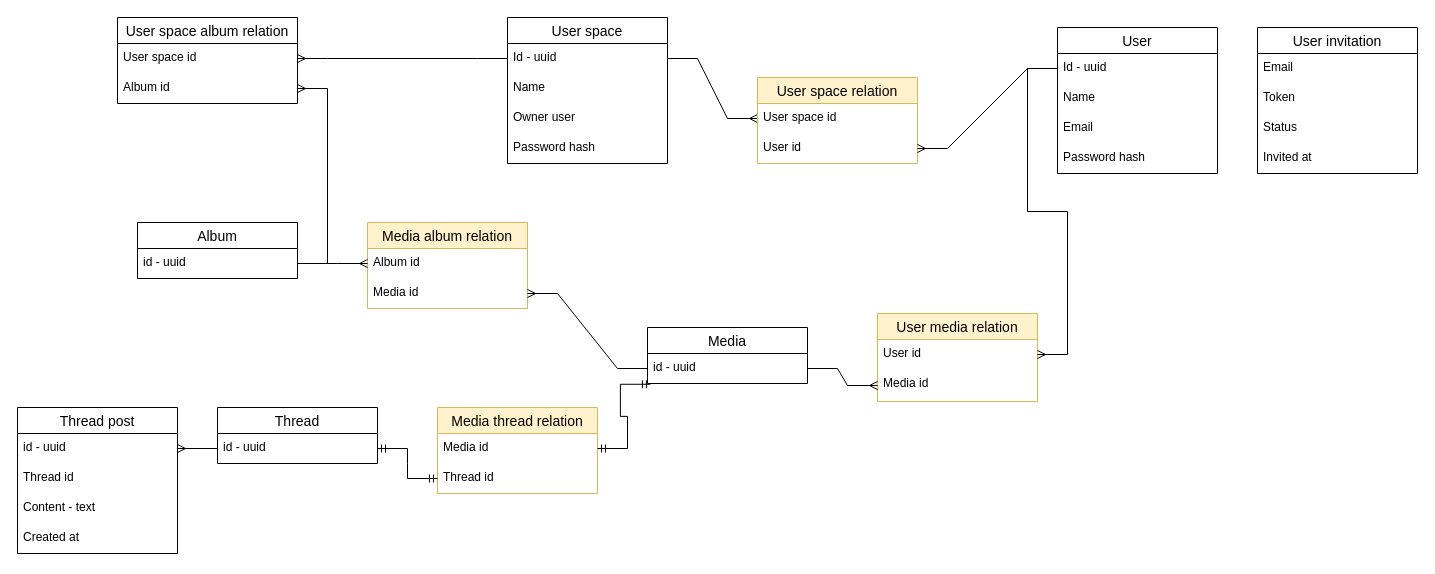
Above: page "Models" (1 of 3) of docs/memoria.drawio in eiji03aero/memoria (draw.io), before the change. Source tidied: cells renumbered, new cells numbered last; positions are measured from the earlier drawing's top-left corner, leaving out a move shared by most shapes. Both pictures are drawn from the tidied source at 100%, with x=0, y=0 at pixel (17, 17).
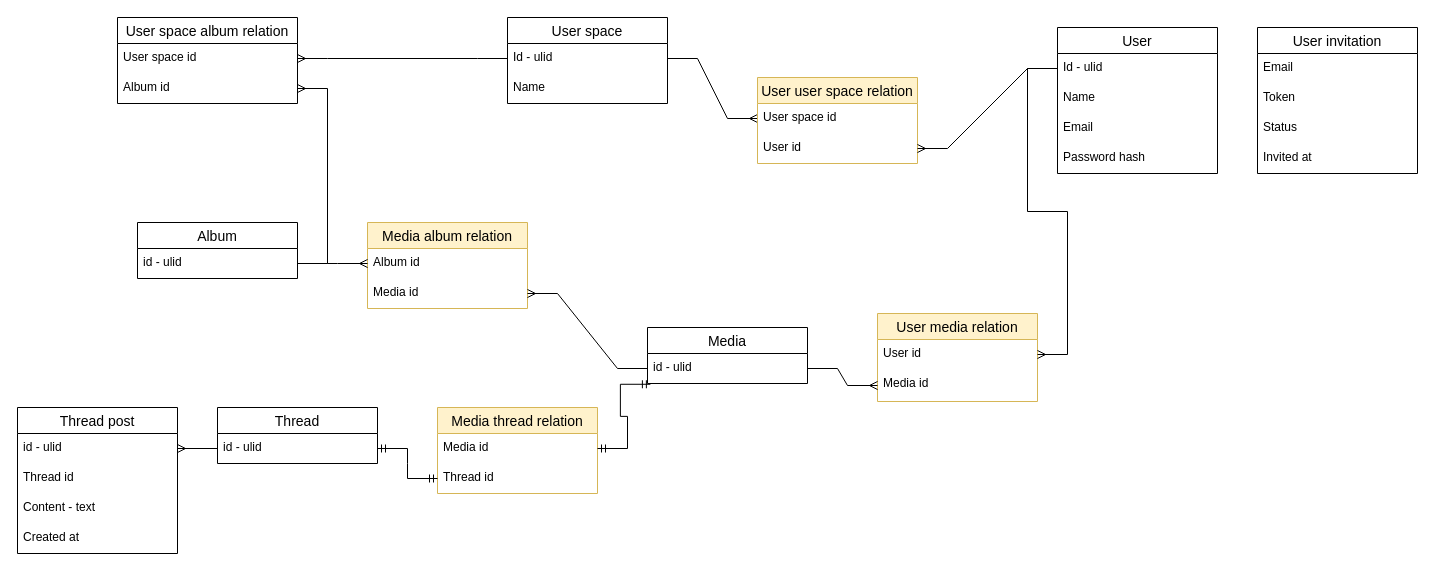
Above is the later version.

Unchanged cells that the change refers to:
```xml
<mxCell id="2" value="User" style="swimlane;fontStyle=0;horizontal=1;startSize=26;align=center;fontSize=14;" parent="1" vertex="1">
  <mxGeometry x="1040" y="10" width="160" height="146" as="geometry" />
</mxCell>
<mxCell id="22" value="Media" style="swimlane;fontStyle=0;horizontal=1;startSize=26;align=center;fontSize=14;" parent="1" vertex="1">
  <mxGeometry x="630" y="310" width="160" height="56" as="geometry" />
</mxCell>
<mxCell id="29" value="Album" style="swimlane;fontStyle=0;horizontal=1;startSize=26;align=center;fontSize=14;" parent="1" vertex="1">
  <mxGeometry x="120" y="205" width="160" height="56" as="geometry" />
</mxCell>
<mxCell id="41" value="Thread" style="swimlane;fontStyle=0;horizontal=1;startSize=26;align=center;fontSize=14;" parent="1" vertex="1">
  <mxGeometry x="200" y="390" width="160" height="56" as="geometry" />
</mxCell>
<mxCell id="48" value="Thread post" style="swimlane;fontStyle=0;horizontal=1;startSize=26;align=center;fontSize=14;" parent="1" vertex="1">
  <mxGeometry y="390" width="160" height="146" as="geometry" />
</mxCell>
```

What changed in the source:
```diff
@@
-    <mxCell id="3" value="Id - uuid" style="text;strokeColor=none;fillColor=none;spacingLeft=4;spacingRight=4;overflow=hidden;points=[[0,0.5],[1,0.5]];portConstraint=eastwest;fontSize=12;whiteSpace=wrap;html=1;" parent="2" vertex="1">
+    <mxCell id="3" value="Id - ulid" style="text;strokeColor=none;fillColor=none;spacingLeft=4;spacingRight=4;overflow=hidden;points=[[0,0.5],[1,0.5]];portConstraint=eastwest;fontSize=12;whiteSpace=wrap;html=1;" parent="2" vertex="1">
       <mxGeometry y="26" width="160" height="30" as="geometry" />
     </mxCell>
@@
     <mxCell id="12" value="User space" style="swimlane;fontStyle=0;horizontal=1;startSize=26;align=center;fontSize=14;" parent="1" vertex="1">
-      <mxGeometry x="490" width="160" height="146" as="geometry" />
+      <mxGeometry x="490" width="160" height="86" as="geometry" />
     </mxCell>
-    <mxCell id="13" value="Id - uuid" style="text;strokeColor=none;fillColor=none;spacingLeft=4;spacingRight=4;overflow=hidden;points=[[0,0.5],[1,0.5]];portConstraint=eastwest;fontSize=12;whiteSpace=wrap;html=1;" parent="12" vertex="1">
+    <mxCell id="13" value="Id - ulid" style="text;strokeColor=none;fillColor=none;spacingLeft=4;spacingRight=4;overflow=hidden;points=[[0,0.5],[1,0.5]];portConstraint=eastwest;fontSize=12;whiteSpace=wrap;html=1;" parent="12" vertex="1">
       <mxGeometry y="26" width="160" height="30" as="geometry" />
     </mxCell>
@@
-    <mxCell id="15" value="Owner user" style="text;strokeColor=none;fillColor=none;spacingLeft=4;spacingRight=4;overflow=hidden;fontSize=12;whiteSpace=wrap;html=1;" parent="12" vertex="1">
-      <mxGeometry y="86" width="160" height="30" as="geometry" />
-    </mxCell>
-    <mxCell id="16" value="Password hash" style="text;strokeColor=none;fillColor=none;spacingLeft=4;spacingRight=4;overflow=hidden;fontSize=12;whiteSpace=wrap;html=1;" parent="12" vertex="1">
-      <mxGeometry y="116" width="160" height="30" as="geometry" />
-    </mxCell>
@@
-    <mxCell id="18" value="User space relation" style="swimlane;fontStyle=0;horizontal=1;startSize=26;align=center;fontSize=14;fillColor=#fff2cc;strokeColor=#d6b656;" parent="1" vertex="1">
+    <mxCell id="18" value="User user space relation" style="swimlane;fontStyle=0;horizontal=1;startSize=26;align=center;fontSize=14;fillColor=#fff2cc;strokeColor=#d6b656;" parent="1" vertex="1">
       <mxGeometry x="740" y="60" width="160" height="86" as="geometry" />
     </mxCell>
@@
-    <mxCell id="23" value="id - uuid" style="text;strokeColor=none;fillColor=none;spacingLeft=4;spacingRight=4;overflow=hidden;points=[[0,0.5],[1,0.5]];portConstraint=eastwest;fontSize=12;whiteSpace=wrap;html=1;" parent="22" vertex="1">
+    <mxCell id="23" value="id - ulid" style="text;strokeColor=none;fillColor=none;spacingLeft=4;spacingRight=4;overflow=hidden;points=[[0,0.5],[1,0.5]];portConstraint=eastwest;fontSize=12;whiteSpace=wrap;html=1;" parent="22" vertex="1">
       <mxGeometry y="26" width="160" height="30" as="geometry" />
     </mxCell>
@@
-    <mxCell id="30" value="id - uuid" style="text;strokeColor=none;fillColor=none;spacingLeft=4;spacingRight=4;overflow=hidden;points=[[0,0.5],[1,0.5]];portConstraint=eastwest;fontSize=12;whiteSpace=wrap;html=1;" parent="29" vertex="1">
+    <mxCell id="30" value="id - ulid" style="text;strokeColor=none;fillColor=none;spacingLeft=4;spacingRight=4;overflow=hidden;points=[[0,0.5],[1,0.5]];portConstraint=eastwest;fontSize=12;whiteSpace=wrap;html=1;" parent="29" vertex="1">
       <mxGeometry y="26" width="160" height="30" as="geometry" />
     </mxCell>
@@
-    <mxCell id="42" value="id - uuid" style="text;strokeColor=none;fillColor=none;spacingLeft=4;spacingRight=4;overflow=hidden;points=[[0,0.5],[1,0.5]];portConstraint=eastwest;fontSize=12;whiteSpace=wrap;html=1;" parent="41" vertex="1">
+    <mxCell id="42" value="id - ulid" style="text;strokeColor=none;fillColor=none;spacingLeft=4;spacingRight=4;overflow=hidden;points=[[0,0.5],[1,0.5]];portConstraint=eastwest;fontSize=12;whiteSpace=wrap;html=1;" parent="41" vertex="1">
       <mxGeometry y="26" width="160" height="30" as="geometry" />
     </mxCell>
@@
-    <mxCell id="49" value="id - uuid" style="text;strokeColor=none;fillColor=none;spacingLeft=4;spacingRight=4;overflow=hidden;points=[[0,0.5],[1,0.5]];portConstraint=eastwest;fontSize=12;whiteSpace=wrap;html=1;" parent="48" vertex="1">
+    <mxCell id="49" value="id - ulid" style="text;strokeColor=none;fillColor=none;spacingLeft=4;spacingRight=4;overflow=hidden;points=[[0,0.5],[1,0.5]];portConstraint=eastwest;fontSize=12;whiteSpace=wrap;html=1;" parent="48" vertex="1">
       <mxGeometry y="26" width="160" height="30" as="geometry" />
     </mxCell>
```
